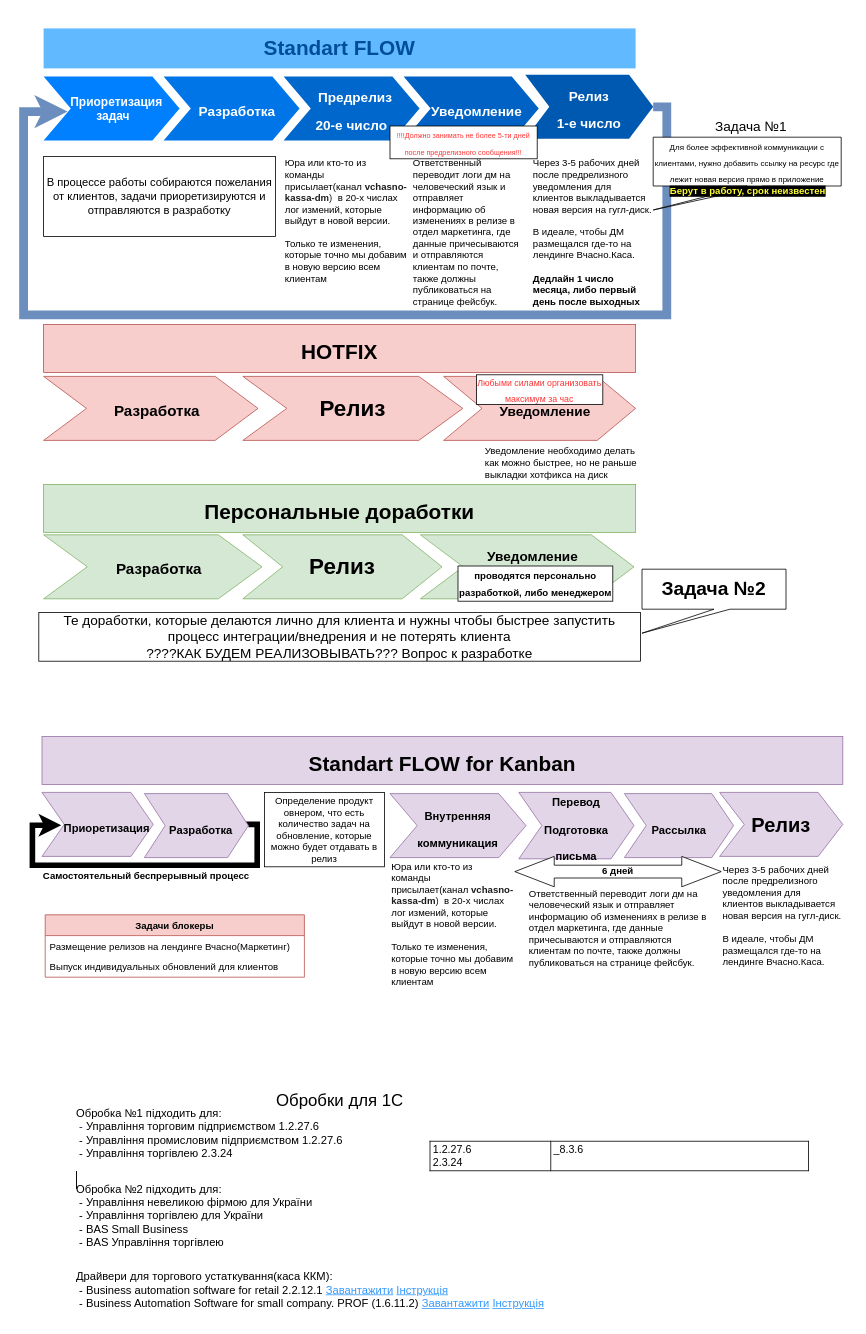
The draw.io diagram Untitled Diagram.drawio in wnata/alienInvasion, before the edit. Source tidied: cells renumbered, new cells numbered last; positions are measured from the earlier drawing's top-left corner, leaving out a move shared by most shapes. Both pictures are drawn from the tidied source at 80%, with x=0, y=0 at pixel (23, 28).
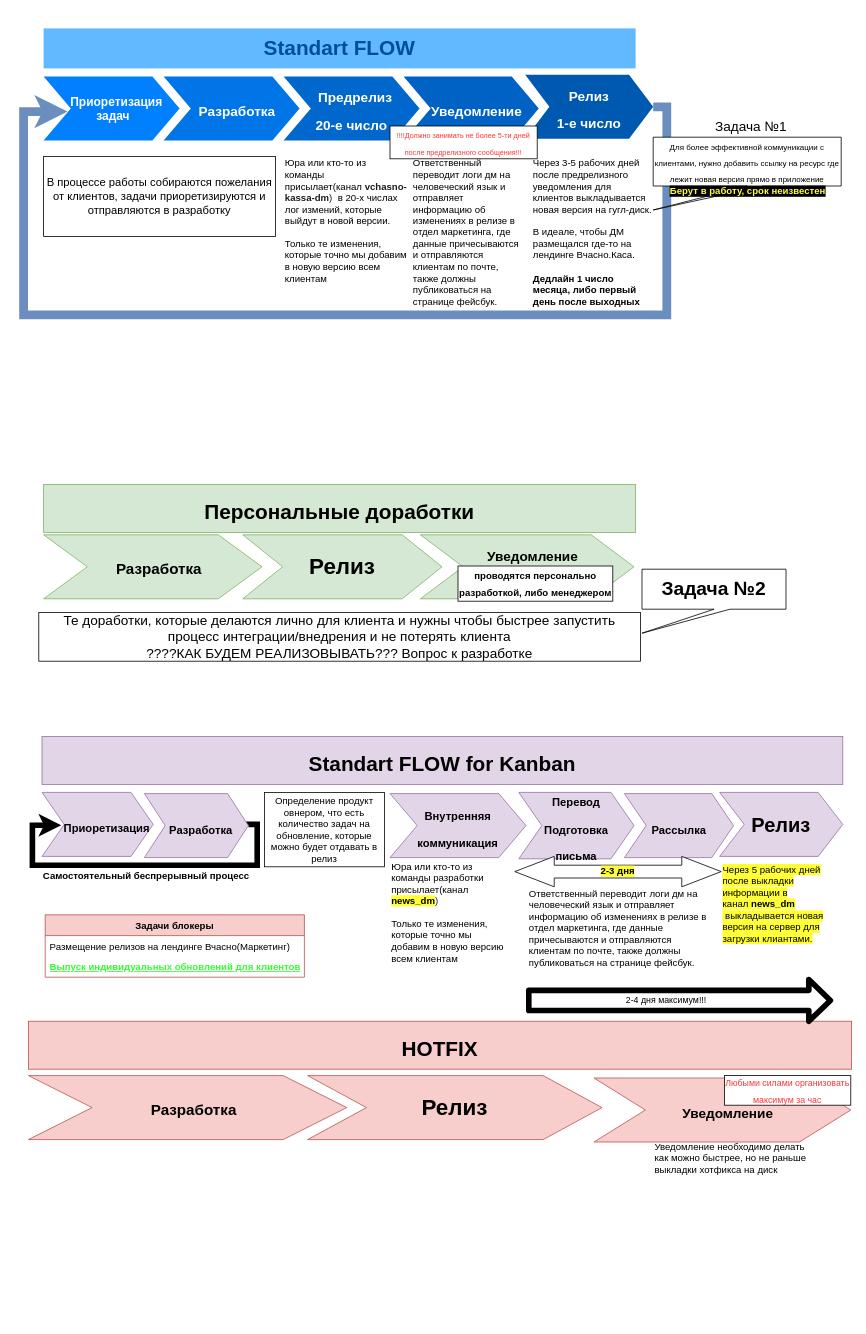
Above is the later version.

The change refers to these unchanged cells:
```xml
<mxCell id="44" value="Задачи блокеры" style="swimlane;fontStyle=1;horizontal=1;startSize=26;shadow=0;fillColor=#f8cecc;strokeColor=#b85450;" parent="1" vertex="1">
  <mxGeometry x="27" y="1108" width="324" height="78" as="geometry" />
</mxCell>
```

Diff of the diagram source:
```diff
@@
     <mxCell id="13" value="&lt;span style=&quot;font-size: 26px&quot;&gt;HOTFIX&lt;br&gt;&lt;/span&gt;" style="text;html=1;strokeColor=#b85450;fillColor=#f8cecc;align=center;verticalAlign=bottom;whiteSpace=wrap;fontSize=54;fontStyle=1;" parent="1" vertex="1">
-      <mxGeometry x="25" y="370" width="740" height="60" as="geometry" />
+      <mxGeometry x="6" y="1241" width="1029" height="60" as="geometry" />
     </mxCell>
     <mxCell id="14" value="&lt;font style=&quot;font-size: 19px&quot;&gt;&lt;b&gt;&amp;nbsp; &amp;nbsp;Разработка&lt;/b&gt;&lt;/font&gt;" style="shape=step;whiteSpace=wrap;html=1;fontSize=28;fillColor=#f8cecc;strokeColor=#b85450;" parent="1" vertex="1">
-      <mxGeometry x="25" y="435" width="268" height="80" as="geometry" />
+      <mxGeometry x="6" y="1309" width="398" height="80" as="geometry" />
     </mxCell>
     <mxCell id="15" value="&lt;b&gt;&lt;font style=&quot;font-size: 17px&quot;&gt;&amp;nbsp; &amp;nbsp;Уведомление&lt;/font&gt;&lt;/b&gt;" style="shape=step;whiteSpace=wrap;html=1;fontSize=28;fillColor=#f8cecc;strokeColor=#b85450;spacing=0;" parent="1" vertex="1">
-      <mxGeometry x="525" y="435" width="240" height="80" as="geometry" />
+      <mxGeometry x="713" y="1312" width="321" height="80" as="geometry" />
     </mxCell>
     <mxCell id="16" value="&lt;b&gt;Релиз&lt;/b&gt;" style="shape=step;whiteSpace=wrap;html=1;fontSize=28;fillColor=#f8cecc;strokeColor=#b85450;" parent="1" vertex="1">
-      <mxGeometry x="274" y="435" width="275" height="80" as="geometry" />
+      <mxGeometry x="355" y="1309" width="368" height="80" as="geometry" />
     </mxCell>
     <mxCell id="17" value="Уведомление необходимо делать как можно быстрее, но не раньше выкладки хотфикса на диск" style="text;spacingTop=-5;fillColor=#ffffff;whiteSpace=wrap;html=1;align=left;fontSize=12;fontFamily=Helvetica;fillColor=none;strokeColor=none;" parent="1" vertex="1">
-      <mxGeometry x="575" y="520" width="200" height="50" as="geometry" />
+      <mxGeometry x="787" y="1389" width="200" height="50" as="geometry" />
     </mxCell>
@@
     <mxCell id="24" value="&lt;font style=&quot;font-size: 11px&quot; color=&quot;#ff3333&quot;&gt;Любыми силами организовать максимум за час&lt;/font&gt;" style="whiteSpace=wrap;html=1;fontSize=17;" parent="1" vertex="1">
-      <mxGeometry x="566" y="433" width="158" height="37" as="geometry" />
+      <mxGeometry x="876" y="1309" width="158" height="37" as="geometry" />
     </mxCell>
@@
-    <mxCell id="39" value="&lt;b&gt;6 дней&lt;/b&gt;" style="shape=doubleArrow;whiteSpace=wrap;html=1;arrowWidth=0.42105263157894735;arrowSize=0.1910569105691057;shadow=0;" parent="1" vertex="1">
+    <mxCell id="39" value="&lt;b style=&quot;background-color: rgb(255 , 255 , 51)&quot;&gt;2-3 дня&lt;/b&gt;" style="shape=doubleArrow;whiteSpace=wrap;html=1;arrowWidth=0.42105263157894735;arrowSize=0.1910569105691057;shadow=0;" parent="1" vertex="1">
       <mxGeometry x="614" y="1035" width="258" height="38" as="geometry" />
     </mxCell>
@@
-    <mxCell id="41" value="&lt;span style=&quot;font-family: &amp;#34;helvetica&amp;#34;&quot;&gt;Юра или кто-то из команды присылает(канал&amp;nbsp;&lt;/span&gt;&lt;span style=&quot;background-color: rgb(255 , 255 , 255) ; color: rgb(29 , 28 , 29) ; font-weight: 900&quot;&gt;vchasno-kassa-dm&lt;/span&gt;&lt;span style=&quot;background-color: rgb(255 , 255 , 255) ; color: rgb(29 , 28 , 29)&quot;&gt;)&lt;/span&gt;&lt;span style=&quot;background-color: rgb(255 , 255 , 255) ; color: rgb(29 , 28 , 29) ; font-weight: 900&quot;&gt;&amp;nbsp;&lt;/span&gt;&lt;span style=&quot;font-family: &amp;#34;helvetica&amp;#34;&quot;&gt;&amp;nbsp;в 20-х числах лог измений, которые выйдут в новой версии.&lt;br&gt;&lt;br&gt;Только те изменения, которые точно мы добавим в новую версию всем клиентам&lt;br&gt;&lt;/span&gt;" style="text;spacingTop=-5;fillColor=#ffffff;whiteSpace=wrap;html=1;align=left;fontSize=12;fontFamily=Helvetica;fillColor=none;strokeColor=none;" parent="1" vertex="1">
-      <mxGeometry x="458" y="1039" width="140" height="192" as="geometry" />
+    <mxCell id="41" value="&lt;span style=&quot;font-family: &amp;#34;helvetica&amp;#34;&quot;&gt;Юра или кто-то из команды разработки присылает(канал &lt;b style=&quot;background-color: rgb(255 , 255 , 51)&quot;&gt;news_dm&lt;/b&gt;&lt;/span&gt;&lt;span style=&quot;background-color: rgb(255 , 255 , 255) ; color: rgb(29 , 28 , 29)&quot;&gt;)&lt;/span&gt;&lt;span style=&quot;background-color: rgb(255 , 255 , 255) ; color: rgb(29 , 28 , 29) ; font-weight: 900&quot;&gt;&amp;nbsp;&lt;/span&gt;&lt;span style=&quot;font-family: &amp;#34;helvetica&amp;#34;&quot;&gt;&amp;nbsp;&lt;br&gt;&lt;br&gt;Только те изменения, которые точно мы добавим в новую версию всем клиентам&lt;br&gt;&lt;/span&gt;" style="text;spacingTop=-5;fillColor=#ffffff;whiteSpace=wrap;html=1;align=left;fontSize=12;fontFamily=Helvetica;fillColor=none;strokeColor=none;" parent="1" vertex="1">
+      <mxGeometry x="458" y="1039" width="151" height="119" as="geometry" />
     </mxCell>
     <mxCell id="42" value="Ответственный переводит логи дм на человеческий язык и отправляет информацию об изменениях в релизе в отдел маркетинга, где данные причесываются и отправляются клиентам по почте, также должны публиковаться на странице фейсбук." style="text;spacingTop=-5;fillColor=#ffffff;whiteSpace=wrap;html=1;align=left;fontSize=12;fontFamily=Helvetica;fillColor=none;strokeColor=none;" parent="1" vertex="1">
-      <mxGeometry x="630" y="1073" width="231" height="118" as="geometry" />
+      <mxGeometry x="630" y="1073" width="231" height="107" as="geometry" />
     </mxCell>
-    <mxCell id="43" value="Через 3-5 рабочих дней после предрелизного уведомления для клиентов выкладывается новая версия на гугл-диск.&lt;br&gt;&lt;br&gt;В идеале, чтобы ДМ размещался где-то на лендинге Вчасно.Каса.&lt;br&gt;" style="text;spacingTop=-5;fillColor=#ffffff;whiteSpace=wrap;html=1;align=left;fontSize=12;fontFamily=Helvetica;fillColor=none;strokeColor=none;" parent="1" vertex="1">
-      <mxGeometry x="872" y="1043" width="152" height="135" as="geometry" />
+    <mxCell id="43" value="&lt;span style=&quot;background-color: rgb(255 , 255 , 51)&quot;&gt;Через 5 рабочих дней после выкладки информации в канал&amp;nbsp;&lt;b style=&quot;font-family: &amp;#34;helvetica&amp;#34;&quot;&gt;news_dm&lt;/b&gt;&lt;br&gt;&amp;nbsp;выкладывается новая версия на сервер для загрузки клиантами.&lt;/span&gt;" style="text;spacingTop=-5;fillColor=#ffffff;whiteSpace=wrap;html=1;align=left;fontSize=12;fontFamily=Helvetica;fillColor=none;strokeColor=none;" parent="1" vertex="1">
+      <mxGeometry x="872" y="1043" width="152" height="115" as="geometry" />
     </mxCell>
@@
-    <mxCell id="46" value="Выпуск индивидуальных обновлений для клиентов" style="text;strokeColor=none;fillColor=none;align=left;verticalAlign=top;spacingLeft=4;spacingRight=4;overflow=hidden;" parent="44" vertex="1">
+    <mxCell id="46" value="Выпуск индивидуальных обновлений для клиентов" style="text;strokeColor=none;fillColor=none;align=left;verticalAlign=top;spacingLeft=4;spacingRight=4;overflow=hidden;fontColor=#33FF33;fontStyle=5;whiteSpace=wrap;sketch=0;" parent="44" vertex="1">
       <mxGeometry y="52" width="324" height="26" as="geometry" />
     </mxCell>
-    <mxCell id="47" value="&lt;font style=&quot;font-size: 21px&quot;&gt;Обробки для 1С&lt;/font&gt;" style="text;html=1;align=center;verticalAlign=middle;strokeColor=none;" parent="1" vertex="1">
-      <mxGeometry x="310.5" y="1329" width="169" height="21" as="geometry" />
-    </mxCell>
-    <mxCell id="48" value="&lt;p style=&quot;font-size: 14px&quot;&gt;Обробка №1 підходить для:&lt;br&gt;&lt;span style=&quot;color: rgb(23 , 43 , 77) ; font-family: , &amp;#34;blinkmacsystemfont&amp;#34; , &amp;#34;segoe ui&amp;#34; , &amp;#34;roboto&amp;#34; , &amp;#34;noto sans&amp;#34; , &amp;#34;ubuntu&amp;#34; , &amp;#34;droid sans&amp;#34; , &amp;#34;helvetica neue&amp;#34; , sans-serif ; font-size: 14px ; background-color: rgb(255 , 255 , 255)&quot;&gt;&amp;nbsp;- &lt;/span&gt;&lt;span style=&quot;background-color: rgb(255 , 255 , 255)&quot;&gt;Управління торговим підприємством 1.2.27.6&lt;br&gt;&lt;/span&gt;&lt;span style=&quot;background-color: rgb(255 , 255 , 255)&quot;&gt;&amp;nbsp;- Управління промисловим підприємством&amp;nbsp;&lt;/span&gt;&lt;span style=&quot;background-color: rgb(255 , 255 , 255)&quot;&gt;1.2.27.6&lt;/span&gt;&lt;span style=&quot;background-color: rgb(255 , 255 , 255)&quot;&gt;&lt;br&gt;&lt;/span&gt;&amp;nbsp;- Управління торгівлею 2.3.24&lt;/p&gt;&lt;table cellspacing=&quot;0&quot; cellpadding=&quot;0&quot; dir=&quot;ltr&quot; border=&quot;1&quot; style=&quot;table-layout: fixed ; font-size: 10pt ; font-family: &amp;#34;arial&amp;#34; ; width: 0px ; border-collapse: collapse ; border: none&quot;&gt;&lt;tbody&gt;&lt;tr style=&quot;height: 21px&quot;&gt;&lt;td style=&quot;border-width: 1px ; border-style: solid ; border-color: rgb(0 , 0 , 0) ; overflow: hidden ; padding: 2px 3px ; vertical-align: top&quot;&gt;&lt;br&gt;&lt;/td&gt;&lt;/tr&gt;&lt;/tbody&gt;&lt;/table&gt;" style="text;html=1;align=left;verticalAlign=middle;strokeColor=none;" parent="1" vertex="1">
-      <mxGeometry x="63.5" y="1337" width="343" height="110" as="geometry" />
-    </mxCell>
-    <mxCell id="49" value="&lt;p&gt;&lt;font style=&quot;font-size: 14px&quot;&gt;Обробка №2 підходить для:&lt;br&gt;&lt;/font&gt;&lt;font style=&quot;font-size: 14px&quot;&gt;&lt;span style=&quot;background-color: rgb(255 , 255 , 255)&quot;&gt;&amp;nbsp;- Управління невеликою фірмою для України&lt;br&gt;&lt;/span&gt;&lt;/font&gt;&lt;font style=&quot;font-size: 14px&quot;&gt;&lt;span style=&quot;background-color: rgb(255 , 255 , 255)&quot;&gt;&amp;nbsp;- Управління торгівлею для України&lt;br&gt;&lt;/span&gt;&lt;/font&gt;&lt;font style=&quot;font-size: 14px&quot;&gt;&lt;span style=&quot;background-color: rgb(255 , 255 , 255)&quot;&gt;&amp;nbsp;- BAS Small Business&lt;br&gt;&lt;/span&gt;&lt;/font&gt;&lt;font style=&quot;font-size: 14px&quot;&gt;&lt;span style=&quot;background-color: rgb(255 , 255 , 255)&quot;&gt;&amp;nbsp;- BAS Управління торгівлею&lt;/span&gt;&lt;/font&gt;&lt;/p&gt;" style="text;html=1;align=left;verticalAlign=middle;strokeColor=none;" parent="1" vertex="1">
-      <mxGeometry x="63.5" y="1432" width="305" height="103" as="geometry" />
-    </mxCell>
-    <mxCell id="50" value="&lt;p style=&quot;font-size: 14px&quot;&gt;Драйвери для торгового устаткування(каса ККМ):&lt;br&gt;&lt;span style=&quot;background-color: rgb(255 , 255 , 255)&quot;&gt;&amp;nbsp;- Business automation software for retail 2.2.12.1 &lt;font color=&quot;#3399ff&quot;&gt;&lt;u&gt;Завантажити&lt;/u&gt; &lt;u&gt;Інструкція&lt;/u&gt;&lt;/font&gt;&lt;br&gt;&lt;/span&gt;&lt;span style=&quot;background-color: rgb(255 , 255 , 255)&quot;&gt;&amp;nbsp;- Business Automation Software for small company. PROF (1.6.11.2) &lt;font color=&quot;#3399ff&quot;&gt;&lt;u&gt;Завантажити&lt;/u&gt; &lt;u&gt;Інструкція&lt;/u&gt;&lt;/font&gt;&lt;/span&gt;&lt;/p&gt;" style="text;html=1;align=left;verticalAlign=middle;strokeColor=none;" parent="1" vertex="1">
-      <mxGeometry x="63.5" y="1540" width="595" height="74" as="geometry" />
-    </mxCell>
-    <mxCell id="51" value="&lt;table cellspacing=&quot;0&quot; cellpadding=&quot;0&quot; dir=&quot;ltr&quot; border=&quot;1&quot; style=&quot;table-layout: fixed ; font-size: 10pt ; font-family: &amp;quot;arial&amp;quot; ; width: 0px ; border-collapse: collapse ; border: none&quot;&gt;&lt;colgroup&gt;&lt;col width=&quot;151&quot;&gt;&lt;col width=&quot;322&quot;&gt;&lt;/colgroup&gt;&lt;tbody&gt;&lt;tr style=&quot;height: 21px&quot;&gt;&lt;td style=&quot;border-top: 1px solid #000000 ; border-right: 1px solid #000000 ; border-bottom: 1px solid #000000 ; border-left: 1px solid #000000 ; overflow: hidden ; padding: 2px 3px 2px 3px ; vertical-align: top&quot;&gt;1.2.27.6&lt;br&gt;2.3.24&lt;/td&gt;&lt;td style=&quot;border-top: 1px solid #000000 ; border-right: 1px solid #000000 ; border-bottom: 1px solid #000000 ; overflow: hidden ; padding: 2px 3px 2px 3px ; vertical-align: top&quot;&gt;_8.3.6&lt;/td&gt;&lt;/tr&gt;&lt;/tbody&gt;&lt;/table&gt;" style="text;whiteSpace=wrap;html=1;" parent="1" vertex="1">
-      <mxGeometry x="506" y="1384" width="494" height="45" as="geometry" />
-    </mxCell>
+    <mxCell id="52" style="shape=flexArrow;endArrow=classic;html=1;strokeWidth=7;width=19.166666666666668;endSize=6.658333333333334;" parent="1" edge="1">
+      <mxGeometry relative="1" as="geometry">
+        <mxPoint x="628" y="1215" as="sourcePoint" />
+        <mxPoint x="1012" y="1215" as="targetPoint" />
+      </mxGeometry>
+    </mxCell>
+    <mxCell id="53" value="2-4 дня максимум!!!" style="edgeLabel;html=1;align=center;verticalAlign=middle;" parent="52" vertex="1">
+      <mxGeometry x="-0.67" relative="1" as="geometry">
+        <mxPoint x="111" y="-1" as="offset" />
+      </mxGeometry>
+    </mxCell>
```
